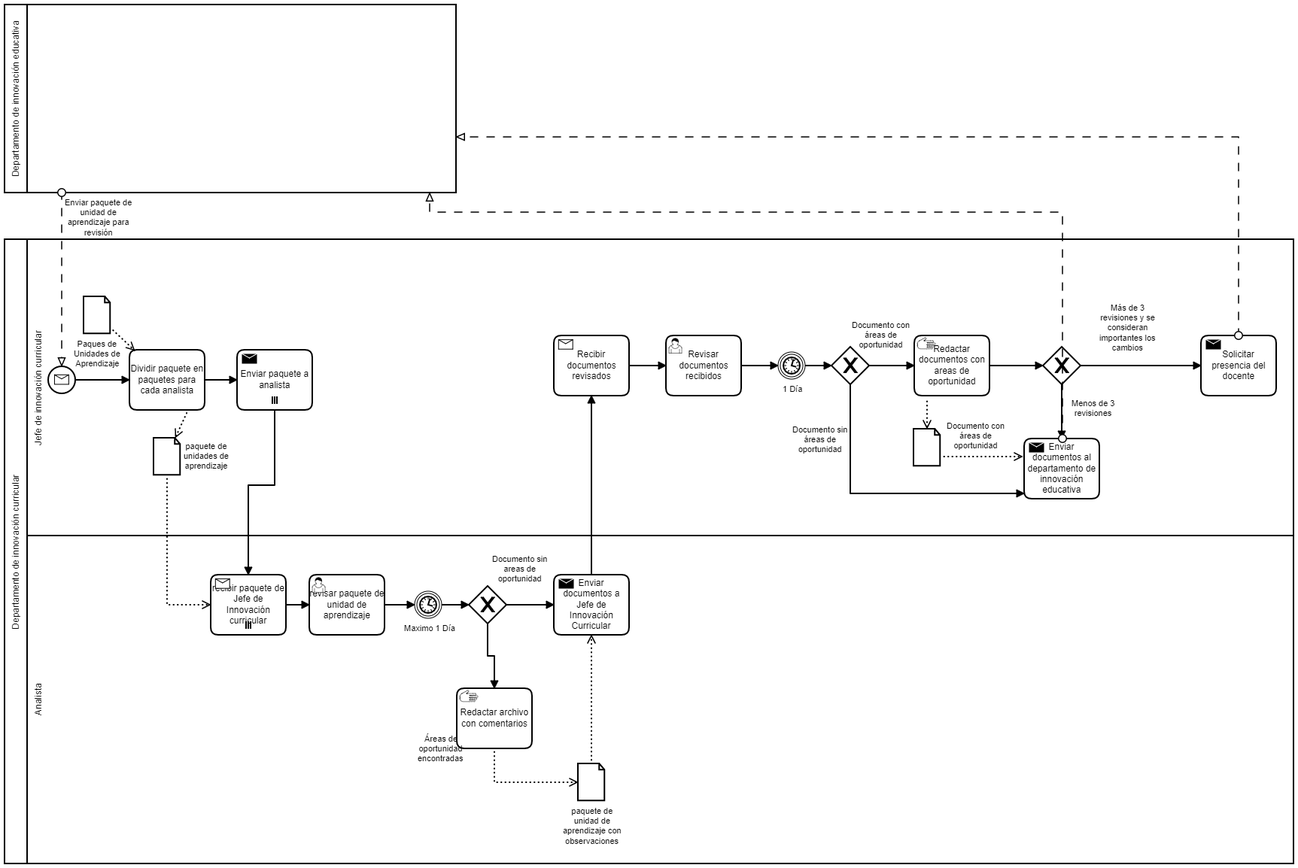
Earlier version of the BPMN export diagram_1.4.png (SoftwareEngineerESCOM/IngSof). Its source is kept beside it as diagram_1.3.bpmn. Ids are renumbered.
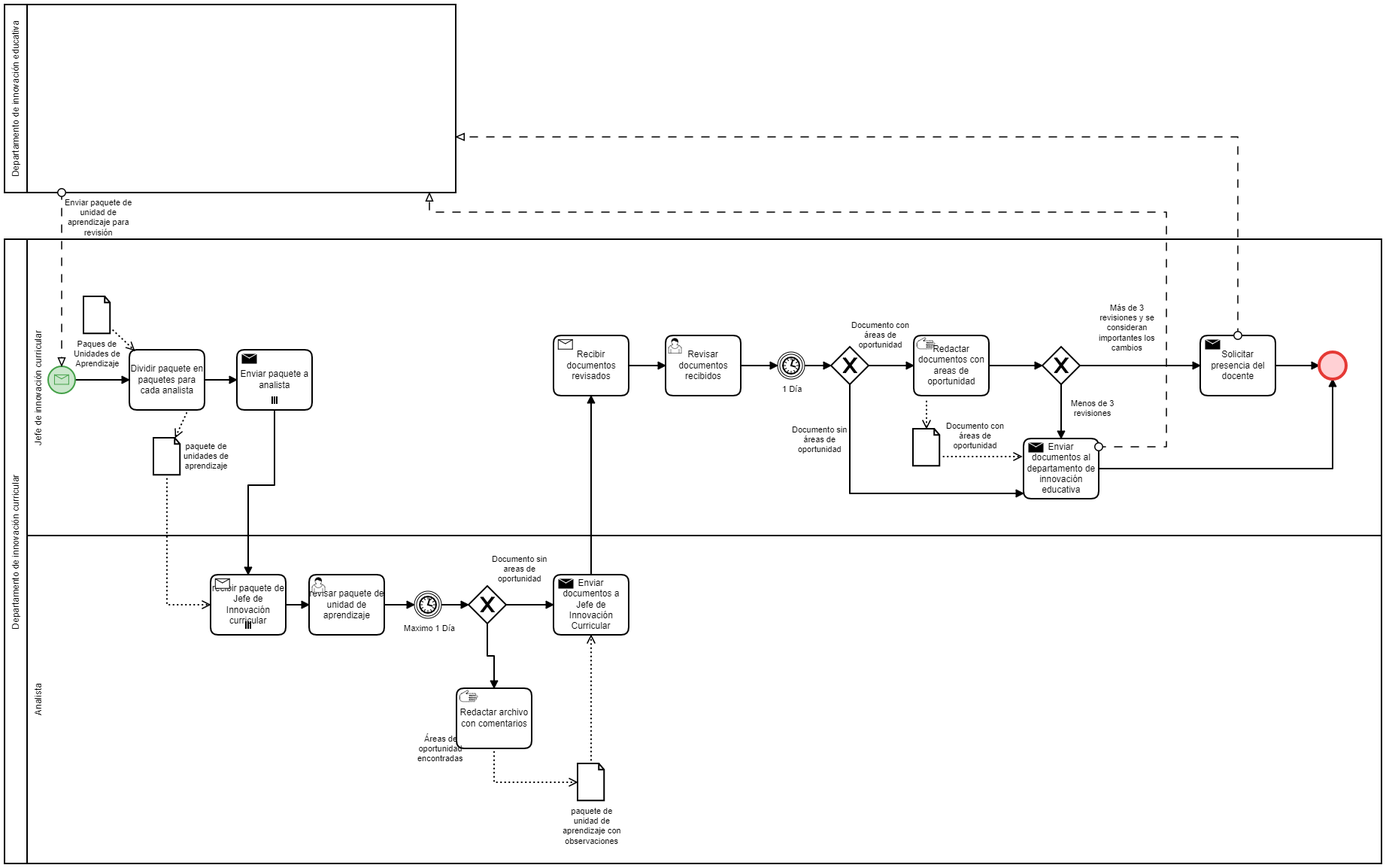
Later version of the same file.

Commit message:
correcciones BPMN

Change to the diagram source:
```diff
@@ -1,4 +1,4 @@
-<bpmn:definitions xmlns:bpmn="http://www.omg.org/spec/BPMN/20100524/MODEL" xmlns:bpmndi="http://www.omg.org/spec/BPMN/20100524/DI" xmlns:di="http://www.omg.org/spec/DD/20100524/DI" xmlns:dc="http://www.omg.org/spec/DD/20100524/DC" id="Definitions_n1" targetNamespace="http://bpmn.io/schema/bpmn" exporter="Camunda Modeler" exporterVersion="2.0.3">
+<bpmn:definitions xmlns:bpmn="http://www.omg.org/spec/BPMN/20100524/MODEL" xmlns:bpmndi="http://www.omg.org/spec/BPMN/20100524/DI" xmlns:di="http://www.omg.org/spec/DD/20100524/DI" xmlns:dc="http://www.omg.org/spec/DD/20100524/DC" xmlns:camunda="http://camunda.org/schema/1.0/bpmn" xmlns:bioc="http://bpmn.io/schema/bpmn/biocolor/1.0" id="Definitions_n1" targetNamespace="http://bpmn.io/schema/bpmn" exporter="Camunda Modeler" exporterVersion="2.0.1">
   <bpmn:collaboration id="Collaboration_n2">
     <bpmn:participant id="Participant_n3" name="Departamento de innovación curricular" processRef="Process_n4" />
     <bpmn:participant id="Participant_n5" name="Departamento de innovación educativa" processRef="Process_n6" />
@@ -20,6 +20,7 @@
         <bpmn:flowNodeRef>ExclusiveGateway_n22</bpmn:flowNodeRef>
         <bpmn:flowNodeRef>Task_n12</bpmn:flowNodeRef>
         <bpmn:flowNodeRef>Task_n10</bpmn:flowNodeRef>
+        <bpmn:flowNodeRef>EndEvent_n66</bpmn:flowNodeRef>
       </bpmn:lane>
       <bpmn:lane id="Lane_n23" name="Analista">
         <bpmn:flowNodeRef>Task_n24</bpmn:flowNodeRef>
@@ -144,11 +145,13 @@
     <bpmn:sequenceFlow id="SequenceFlow_n61" sourceRef="IntermediateThrowEvent_n21" targetRef="ExclusiveGateway_n22" />
     <bpmn:sendTask id="Task_n12" name="Solicitar presencia del docente">
       <bpmn:incoming>SequenceFlow_n53</bpmn:incoming>
+      <bpmn:outgoing>SequenceFlow_n67</bpmn:outgoing>
     </bpmn:sendTask>
     <bpmn:sequenceFlow id="SequenceFlow_n62" name="Documento sin áreas de oportunidad" sourceRef="ExclusiveGateway_n22" targetRef="Task_n10" />
     <bpmn:sendTask id="Task_n10" name="Enviar documentos al departamento de innovación educativa">
       <bpmn:incoming>SequenceFlow_n52</bpmn:incoming>
       <bpmn:incoming>SequenceFlow_n62</bpmn:incoming>
+      <bpmn:outgoing>SequenceFlow_n68</bpmn:outgoing>
       <bpmn:property id="Property_n63" name="__targetRef_placeholder" />
       <bpmn:dataInputAssociation id="DataInputAssociation_n64">
         <bpmn:sourceRef>DataObjectReference_n51</bpmn:sourceRef>
@@ -157,21 +160,32 @@
     </bpmn:sendTask>
     <bpmn:dataObjectReference id="DataObjectReference_n51" name="Documento con áreas de oportunidad" dataObjectRef="DataObject_n65" />
     <bpmn:dataObject id="DataObject_n65" />
+    <bpmn:sequenceFlow id="SequenceFlow_n68" sourceRef="Task_n10" targetRef="EndEvent_n66" />
+    <bpmn:sequenceFlow id="SequenceFlow_n67" sourceRef="Task_n12" targetRef="EndEvent_n66" />
+    <bpmn:endEvent id="EndEvent_n66">
+      <bpmn:extensionElements>
+        <camunda:properties>
+          <camunda:property />
+        </camunda:properties>
+      </bpmn:extensionElements>
+      <bpmn:incoming>SequenceFlow_n68</bpmn:incoming>
+      <bpmn:incoming>SequenceFlow_n67</bpmn:incoming>
+    </bpmn:endEvent>
   </bpmn:process>
   <bpmn:process id="Process_n6" isExecutable="false" />
   <bpmndi:BPMNDiagram id="BPMNDiagram_1">
     <bpmndi:BPMNPlane id="BPMNPlane_1" bpmnElement="Collaboration_n2">
       <bpmndi:BPMNShape id="Participant_n3_di" bpmnElement="Participant_n3">
-        <dc:Bounds x="70" y="1160" width="1713" height="830" />
+        <dc:Bounds x="70" y="1160" width="1831" height="830" />
       </bpmndi:BPMNShape>
       <bpmndi:BPMNShape id="Participant_n5_di" bpmnElement="Participant_n5">
         <dc:Bounds x="70" y="848" width="600" height="250" />
       </bpmndi:BPMNShape>
       <bpmndi:BPMNShape id="Lane_n14_di" bpmnElement="Lane_n14">
-        <dc:Bounds x="100" y="1160" width="1683" height="394" />
+        <dc:Bounds x="100" y="1160" width="1801" height="394" />
       </bpmndi:BPMNShape>
       <bpmndi:BPMNShape id="Lane_n23_di" bpmnElement="Lane_n23">
-        <dc:Bounds x="100" y="1554" width="1683" height="436" />
+        <dc:Bounds x="100" y="1554" width="1801" height="436" />
       </bpmndi:BPMNShape>
       <bpmndi:BPMNEdge id="MessageFlow_n7_di" bpmnElement="MessageFlow_n7">
         <di:waypoint x="146" y="1098" />
@@ -180,7 +194,7 @@
           <dc:Bounds x="150" y="1105" width="90" height="53" />
         </bpmndi:BPMNLabel>
       </bpmndi:BPMNEdge>
-      <bpmndi:BPMNShape id="StartEvent_1jpqabp_di" bpmnElement="StartEvent_n8">
+      <bpmndi:BPMNShape id="StartEvent_1jpqabp_di" bpmnElement="StartEvent_n8" bioc:stroke="#43A047" bioc:fill="#C8E6C9">
         <dc:Bounds x="128" y="1329" width="36" height="36" />
       </bpmndi:BPMNShape>
       <bpmndi:BPMNShape id="DataObjectReference_n40_di" bpmnElement="DataObjectReference_n40">
@@ -262,8 +276,9 @@
         </bpmndi:BPMNLabel>
       </bpmndi:BPMNEdge>
       <bpmndi:BPMNEdge id="MessageFlow_n9_di" bpmnElement="MessageFlow_n9">
-        <di:waypoint x="1476" y="1425" />
-        <di:waypoint x="1476" y="1124" />
+        <di:waypoint x="1525" y="1436" />
+        <di:waypoint x="1615" y="1436" />
+        <di:waypoint x="1615" y="1124" />
         <di:waypoint x="635" y="1124" />
         <di:waypoint x="635" y="1098" />
       </bpmndi:BPMNEdge>
@@ -393,6 +408,18 @@
           <dc:Bounds x="1117" y="1407" width="74" height="40" />
         </bpmndi:BPMNLabel>
       </bpmndi:BPMNEdge>
+      <bpmndi:BPMNEdge id="SequenceFlow_n68_di" bpmnElement="SequenceFlow_n68">
+        <di:waypoint x="1525" y="1465" />
+        <di:waypoint x="1836" y="1465" />
+        <di:waypoint x="1836" y="1346" />
+      </bpmndi:BPMNEdge>
+      <bpmndi:BPMNEdge id="SequenceFlow_n67_di" bpmnElement="SequenceFlow_n67">
+        <di:waypoint x="1760" y="1328" />
+        <di:waypoint x="1818" y="1328" />
+      </bpmndi:BPMNEdge>
+      <bpmndi:BPMNShape id="EndEvent_19urchl_di" bpmnElement="EndEvent_n66" bioc:stroke="#E53935" bioc:fill="#FFCDD2">
+        <dc:Bounds x="1818" y="1310" width="36" height="36" />
+      </bpmndi:BPMNShape>
     </bpmndi:BPMNPlane>
   </bpmndi:BPMNDiagram>
 </bpmn:definitions>
```
